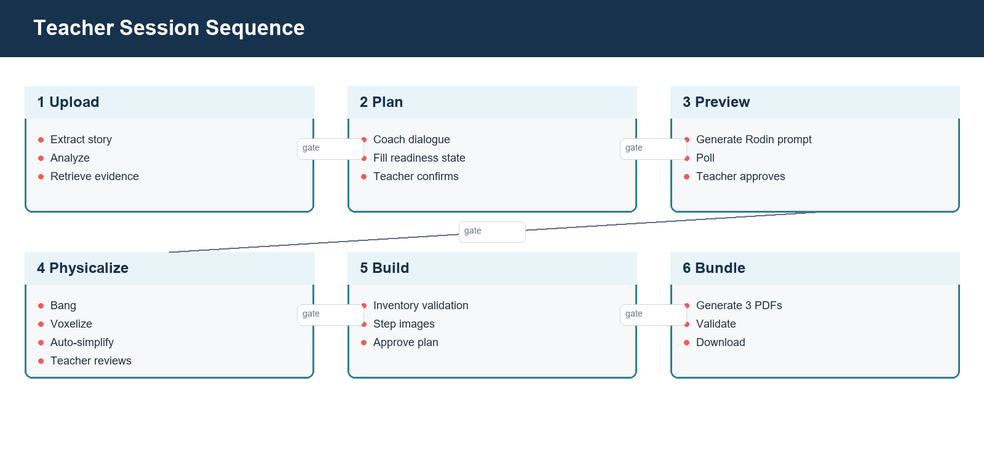
Earlier version of the Mermaid export docs/images/handoff/diagram-teacher-session-sequence.png (yujia-l/BrickSmart). Its source is kept beside it as docs/images/handoff/diagram-teacher-session-sequence.mmd.
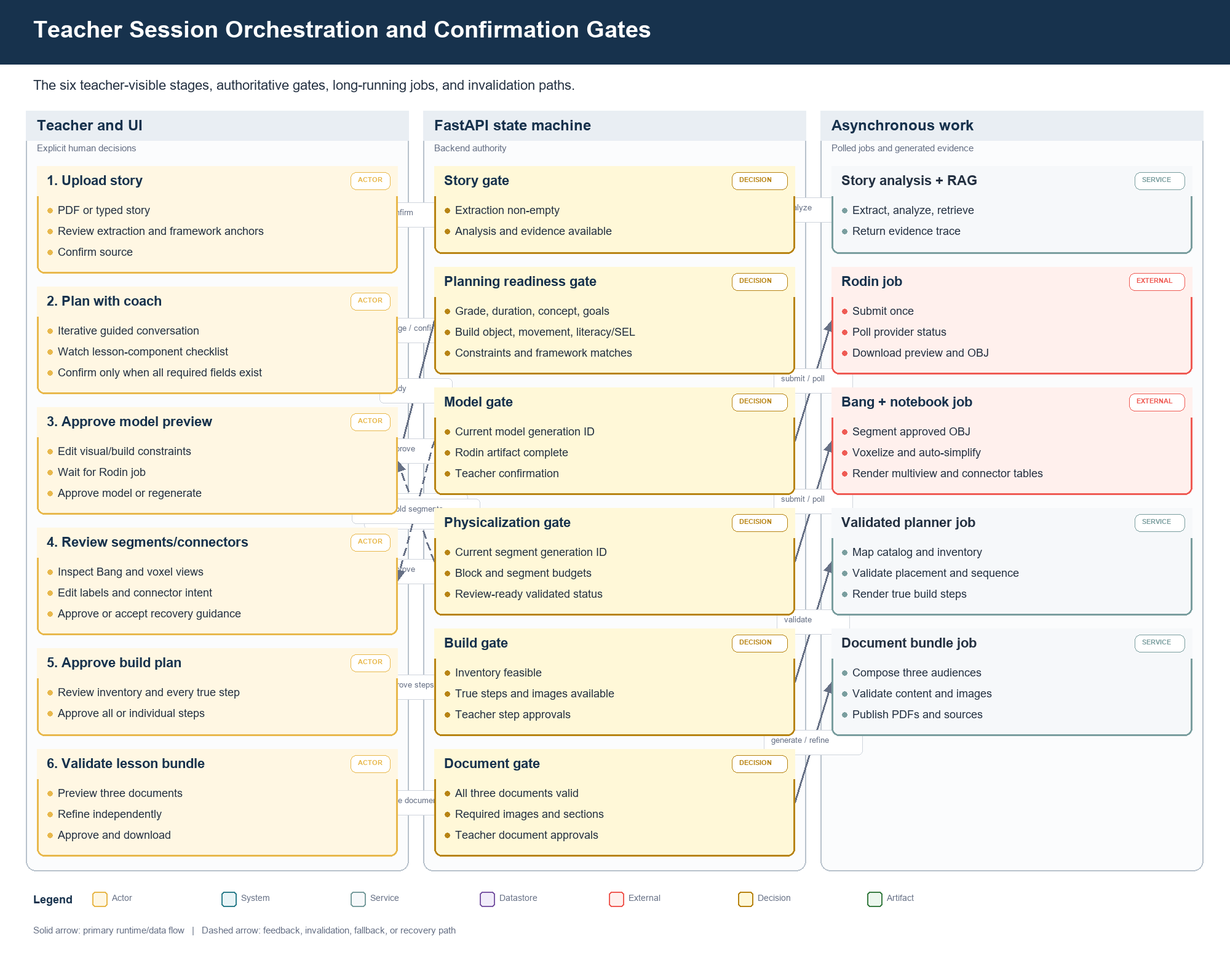
The same file after the commit.

The edit, as a diff of the source:
```diff
@@ -1,14 +1,48 @@
 flowchart LR
-  N0["1 Upload<br/>Extract story<br/>Analyze<br/>Retrieve evidence"]
-  N1["2 Plan<br/>Coach dialogue<br/>Fill readiness state<br/>Teacher confirms"]
-  N2["3 Preview<br/>Generate Rodin prompt<br/>Poll<br/>Teacher approves"]
-  N3["4 Physicalize<br/>Bang<br/>Voxelize<br/>Auto-simplify<br/>Teacher reviews"]
-  N4["5 Build<br/>Inventory validation<br/>Step images<br/>Approve plan"]
-  N5["6 Bundle<br/>Generate 3 PDFs<br/>Validate<br/>Download"]
-  N0 -->|gate| N1
-  N1 -->|gate| N2
-  N2 -->|gate| N3
-  N3 -->|gate| N4
-  N4 -->|gate| N5
-  classDef primary fill:#E8F4F7,stroke:#2F7F8D,color:#17324D,stroke-width:2px;
-  class N0,N1,N2,N3,N4,N5 primary;
+  subgraph S0["Teacher and UI - Explicit human decisions"]
+    direction TB
+    s1["1. Upload story<br/>PDF or typed story<br/>Review extraction and framework anchors<br/>Confirm source"]:::actor
+    s2["2. Plan with coach<br/>Iterative guided conversation<br/>Watch lesson-component checklist<br/>Confirm only when all required fields exist"]:::actor
+    s3["3. Approve model preview<br/>Edit visual/build constraints<br/>Wait for Rodin job<br/>Approve model or regenerate"]:::actor
+    s4["4. Review segments/connectors<br/>Inspect Bang and voxel views<br/>Edit labels and connector intent<br/>Approve or accept recovery guidance"]:::actor
+    s5["5. Approve build plan<br/>Review inventory and every true step<br/>Approve all or individual steps"]:::actor
+    s6["6. Validate lesson bundle<br/>Preview three documents<br/>Refine independently<br/>Approve and download"]:::actor
+  end
+  subgraph S1["FastAPI state machine - Backend authority"]
+    direction TB
+    g1["Story gate<br/>Extraction non-empty<br/>Analysis and evidence available"]:::decision
+    g2["Planning readiness gate<br/>Grade, duration, concept, goals<br/>Build object, movement, literacy/SEL<br/>Constraints and framework matches"]:::decision
+    g3["Model gate<br/>Current model generation ID<br/>Rodin artifact complete<br/>Teacher confirmation"]:::decision
+    g4["Physicalization gate<br/>Current segment generation ID<br/>Block and segment budgets<br/>Review-ready validated status"]:::decision
+    g5["Build gate<br/>Inventory feasible<br/>True steps and images available<br/>Teacher step approvals"]:::decision
+    g6["Document gate<br/>All three documents valid<br/>Required images and sections<br/>Teacher document approvals"]:::decision
+  end
+  subgraph S2["Asynchronous work - Polled jobs and generated evidence"]
+    direction TB
+    storyjob["Story analysis + RAG<br/>Extract, analyze, retrieve<br/>Return evidence trace"]:::service
+    rodinjob["Rodin job<br/>Submit once<br/>Poll provider status<br/>Download preview and OBJ"]:::external
+    segmentjob["Bang + notebook job<br/>Segment approved OBJ<br/>Voxelize and auto-simplify<br/>Render multiview and connector tables"]:::external
+    planjob["Validated planner job<br/>Map catalog and inventory<br/>Validate placement and sequence<br/>Render true build steps"]:::service
+    docjob["Document bundle job<br/>Compose three audiences<br/>Validate content and images<br/>Publish PDFs and sources"]:::service
+  end
+  s1 -->|confirm| g1
+  g1 -->|analyze| storyjob
+  s2 -->|message / confirm| g2
+  g2 -->|ready| s3
+  s3 -->|approve| g3
+  g3 -->|submit / poll| rodinjob
+  s4 -->|approve| g4
+  g4 -->|submit / poll| segmentjob
+  s5 -->|approve steps| g5
+  g5 -->|validate| planjob
+  s6 -->|approve documents| g6
+  g6 -->|generate / refine| docjob
+  g4 -.->|model regeneration required| s3
+  g3 -.->|invalidate old segments| s4
+  classDef actor fill:#FFF7E3,stroke:#E8B84C,color:#17324D,stroke-width:2px;
+  classDef system fill:#E8F4F7,stroke:#2F7F8D,color:#17324D,stroke-width:2px;
+  classDef service fill:#F6F8FA,stroke:#7A9E9F,color:#243142,stroke-width:2px;
+  classDef datastore fill:#F1ECFA,stroke:#7C5AA6,color:#17324D,stroke-width:2px;
+  classDef external fill:#FFF0ED,stroke:#EF5B54,color:#17324D,stroke-width:2px;
+  classDef decision fill:#FFF8D8,stroke:#B88413,color:#17324D,stroke-width:2px;
+  classDef artifact fill:#ECF7EE,stroke:#3A7D44,color:#17324D,stroke-width:2px;
```
